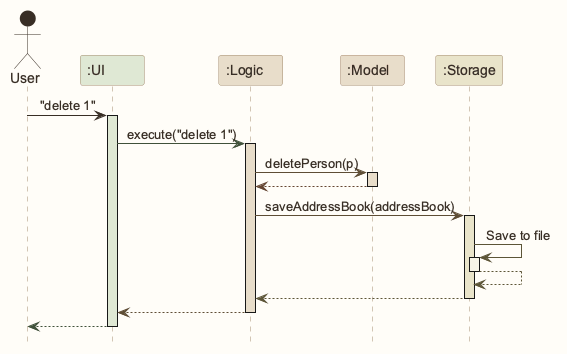
AY2627S1-CS2103T-W12-1/tp keeps this PlantUML diagram as docs/images/ArchitectureSequenceDiagram.png. Above is the earlier version. Its diagram source:
```plantuml
@startuml
!pragma layout smetana
!include style.puml
skinparam ArrowFontStyle plain

Actor User as user USER_COLOR
Participant ":UI" as ui UI_COLOR
Participant ":Logic" as logic LOGIC_COLOR
Participant ":Model" as model MODEL_COLOR
Participant ":Storage" as storage STORAGE_COLOR

user -[USER_COLOR]> ui : "delete 1"
activate ui UI_COLOR

ui -[UI_COLOR_T4]> logic : execute("delete 1")
activate logic LOGIC_COLOR

logic -[LOGIC_COLOR_T4]> model : deletePerson(p)
activate model MODEL_COLOR

model -[MODEL_COLOR_T4]-> logic
deactivate model

logic -[LOGIC_COLOR_T4]> storage : saveAddressBook(addressBook)
activate storage STORAGE_COLOR

storage -[STORAGE_COLOR_T4]> storage : Save to file
activate storage STORAGE_COLOR_T1
storage --[STORAGE_COLOR_T4]> storage
deactivate storage

storage --[STORAGE_COLOR_T4]> logic
deactivate storage

logic --[LOGIC_COLOR_T4]> ui
deactivate logic

ui--[UI_COLOR_T4]> user
deactivate ui
@enduml
```
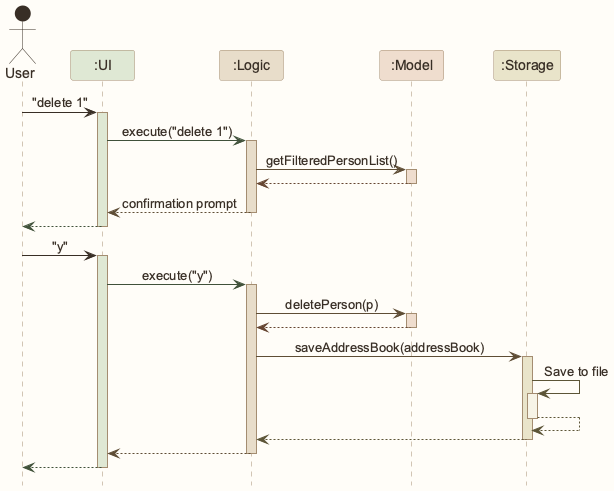
After the change.

Change to the diagram source:
```diff
@@ -1,5 +1,4 @@
 @startuml
-!pragma layout smetana
 !include style.puml
 skinparam ArrowFontStyle plain
 
@@ -13,6 +12,24 @@
 activate ui UI_COLOR
 
 ui -[UI_COLOR_T4]> logic : execute("delete 1")
+activate logic LOGIC_COLOR
+
+logic -[LOGIC_COLOR_T4]> model : getFilteredPersonList()
+activate model MODEL_COLOR
+
+model -[MODEL_COLOR_T4]-> logic
+deactivate model
+
+logic --[LOGIC_COLOR_T4]> ui : confirmation prompt
+deactivate logic
+
+ui--[UI_COLOR_T4]> user
+deactivate ui
+
+user -[USER_COLOR]> ui : "y"
+activate ui UI_COLOR
+
+ui -[UI_COLOR_T4]> logic : execute("y")
 activate logic LOGIC_COLOR
 
 logic -[LOGIC_COLOR_T4]> model : deletePerson(p)
```
